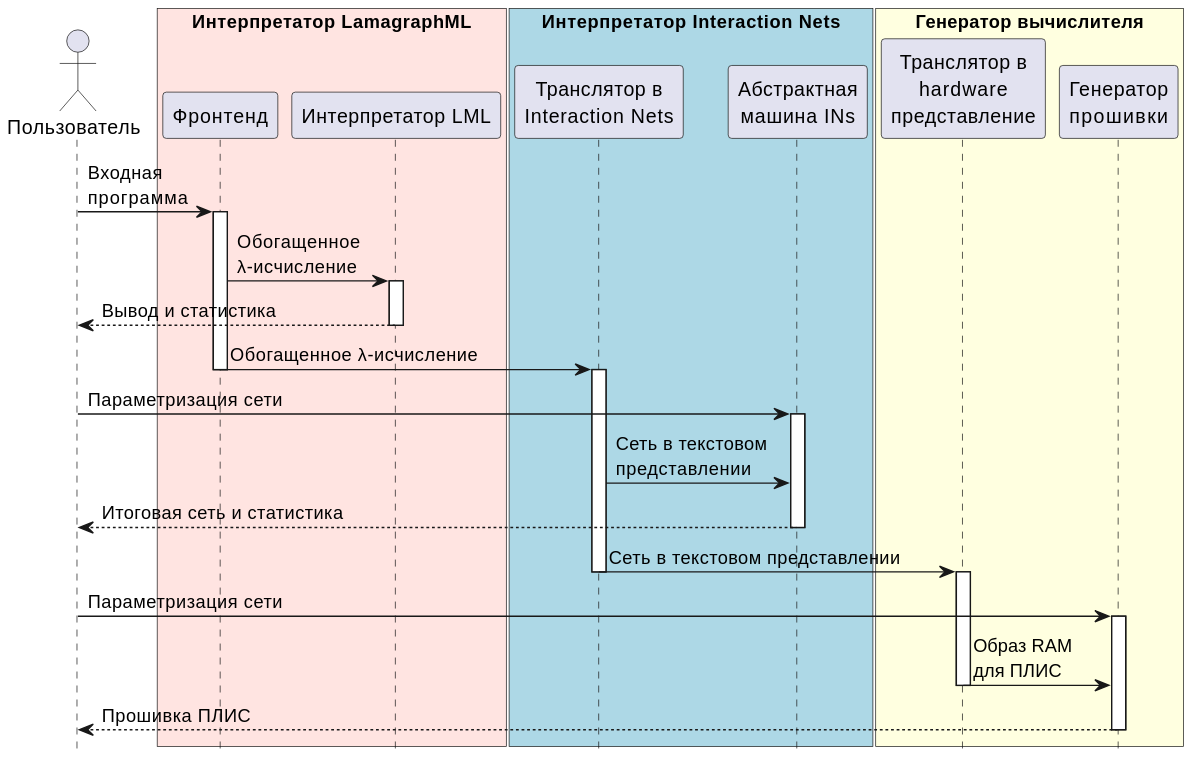
The PlantUML diagram talks/matmex-nauka-2025/pictures/using.svg in WoWaster/documents, before a commit. The source it was exported from:
```plantuml
@startuml
hide footbox

actor Пользователь as user

box "Интерпретатор LamagraphML" #MistyRose
participant Фронтенд as frontend
participant "Интерпретатор LML" as eval
end box

box "Интерпретатор Interaction Nets" #LightBlue
participant "Транслятор в\nInteraction Nets" as toINs
participant "Абстрактная\nмашина INs" as abstract_machine
end box

box "Генератор вычислителя" #LightYellow
participant "Транслятор в\nhardware\nпредставление" as toHW
participant "Генератор\nпрошивки" as genFW
end box

user -> frontend ++: Входная\nпрограмма
frontend -> eval ++ : Обогащенное\nλ-исчисление
eval --> user --: Вывод и статистика

frontend -> toINs --++ : Обогащенное λ-исчисление
user -> abstract_machine ++ : Параметризация сети
toINs -> abstract_machine : Сеть в текстовом\nпредставлении
abstract_machine --> user -- : Итоговая сеть и статистика

toINs -> toHW --++ : Сеть в текстовом представлении
user -> genFW ++ : Параметризация сети
toHW -> genFW -- : Образ RAM\nдля ПЛИС
genFW --> user --: Прошивка ПЛИС
@enduml
```
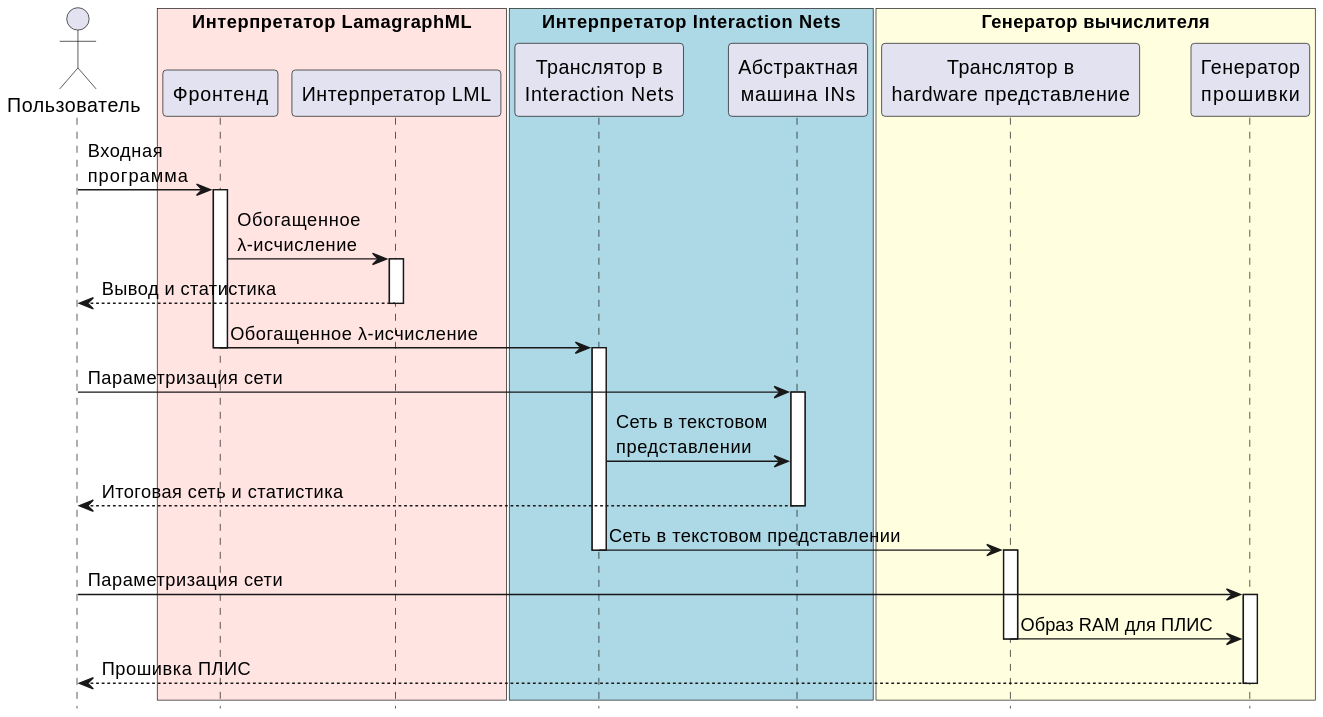
Above is the later version.

Diff of the diagram source:
```diff
@@ -14,7 +14,7 @@
 end box
 
 box "Генератор вычислителя" #LightYellow
-participant "Транслятор в\nhardware\nпредставление" as toHW
+participant "Транслятор в\nhardware представление" as toHW
 participant "Генератор\nпрошивки" as genFW
 end box
 
@@ -29,6 +29,6 @@
 
 toINs -> toHW --++ : Сеть в текстовом представлении
 user -> genFW ++ : Параметризация сети
-toHW -> genFW -- : Образ RAM\nдля ПЛИС
+toHW -> genFW -- : Образ RAM для ПЛИС
 genFW --> user --: Прошивка ПЛИС
 @enduml
```
